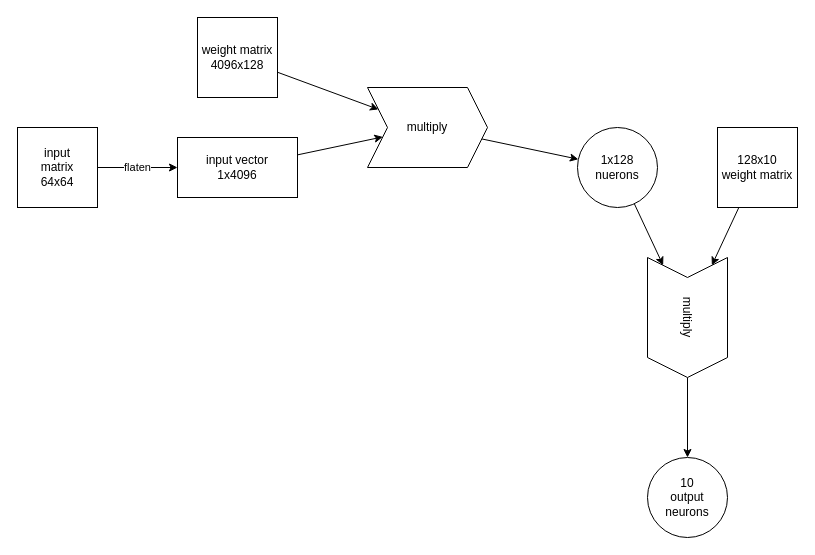
Above: neuron.drawio in the-biKing/numberAI (draw.io), before the change. Source tidied: cells renumbered, new cells numbered last; positions are measured from the earlier drawing's top-left corner, leaving out a move shared by most shapes. Both pictures are drawn from the tidied source at 100%, with x=0, y=0 at pixel (17, 17).
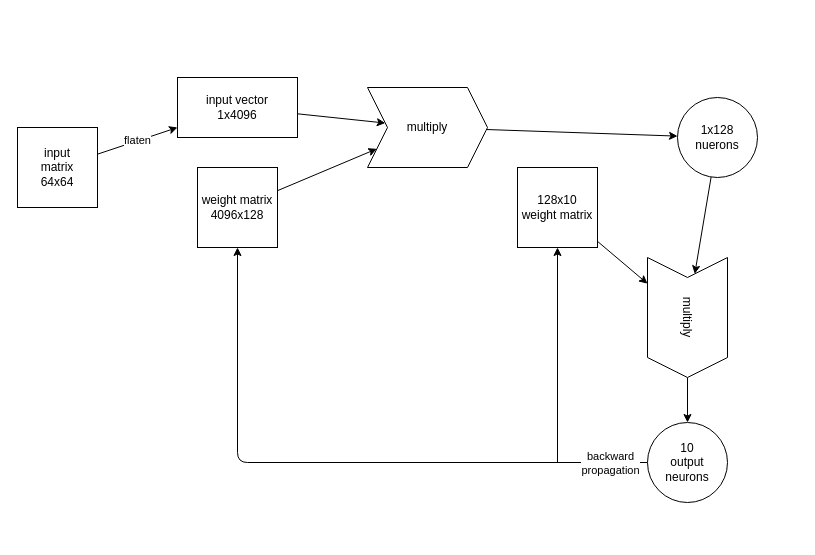
The same diagram, later.

The edit, as a diff of the source:
```diff
@@
     <mxCell id="5" value="input vector&lt;br&gt;1x4096" style="rounded=0;whiteSpace=wrap;html=1;" parent="1" vertex="1">
-      <mxGeometry x="160" y="120" width="120" height="60" as="geometry" />
+      <mxGeometry x="160" y="60" width="120" height="60" as="geometry" />
     </mxCell>
@@
     <mxCell id="7" value="1x128&lt;br&gt;nuerons" style="ellipse;whiteSpace=wrap;html=1;" parent="1" vertex="1">
-      <mxGeometry x="560" y="110" width="80" height="80" as="geometry" />
+      <mxGeometry x="660" y="80" width="80" height="80" as="geometry" />
     </mxCell>
@@
     <mxCell id="9" value="weight matrix&lt;br&gt;4096x128" style="whiteSpace=wrap;html=1;" parent="1" vertex="1">
-      <mxGeometry x="180" width="80" height="80" as="geometry" />
+      <mxGeometry x="180" y="150" width="80" height="80" as="geometry" />
     </mxCell>
@@
+    <mxCell id="17" style="edgeStyle=none;html=1;entryX=0.5;entryY=1;entryDx=0;entryDy=0;" parent="1" edge="1" target="13">
+      <mxGeometry relative="1" as="geometry">
+        <mxPoint x="540" y="445" as="sourcePoint" />
+      </mxGeometry>
+    </mxCell>
     <mxCell id="13" value="128x10&lt;br&gt;weight matrix" style="whiteSpace=wrap;html=1;" parent="1" vertex="1">
-      <mxGeometry x="700" y="110" width="80" height="80" as="geometry" />
+      <mxGeometry x="500" y="150" width="80" height="80" as="geometry" />
     </mxCell>
@@
+    <mxCell id="18" style="edgeStyle=none;html=1;entryX=0.5;entryY=1;entryDx=0;entryDy=0;" parent="1" edge="1" source="16" target="9">
+      <mxGeometry relative="1" as="geometry">
+        <Array as="points">
+          <mxPoint x="220" y="445" />
+        </Array>
+      </mxGeometry>
+    </mxCell>
+    <mxCell id="19" value="backward&lt;br&gt;propagation" style="edgeLabel;html=1;align=center;verticalAlign=middle;" parent="18" vertex="1">
+      <mxGeometry x="-0.88" relative="1" as="geometry" />
+    </mxCell>
     <mxCell id="16" value="10&lt;br&gt;output&lt;br&gt;neurons" style="ellipse;whiteSpace=wrap;html=1;" parent="1" vertex="1">
-      <mxGeometry x="630" y="440" width="80" height="80" as="geometry" />
+      <mxGeometry x="630" y="405" width="80" height="80" as="geometry" />
     </mxCell>
```
